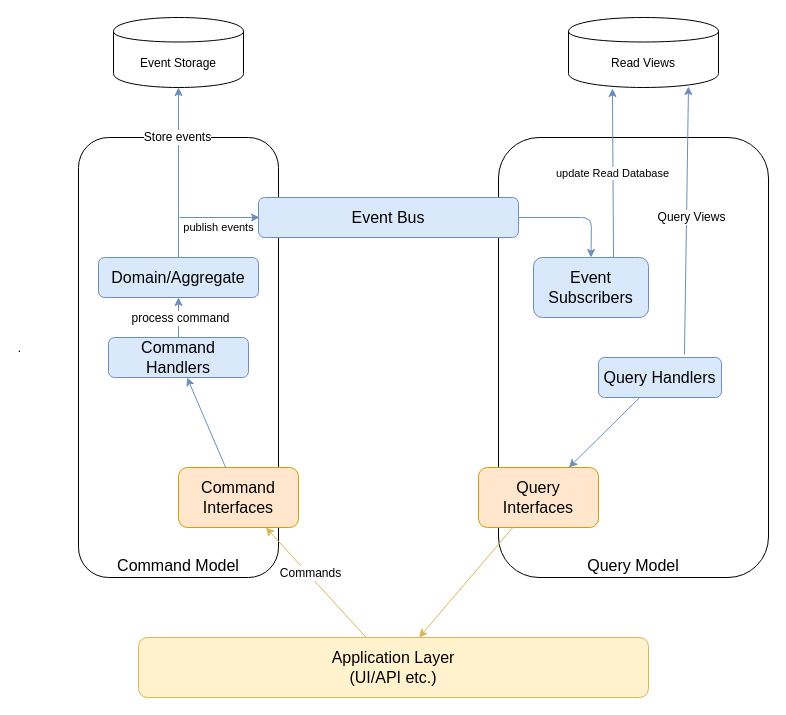
fusionswap/graphs keeps this draw.io diagram as CQRS_EventSourcing.drawio. Above is the earlier version. Source tidied: cells renumbered, new cells numbered last; positions are measured from the earlier drawing's top-left corner, leaving out a move shared by most shapes. Both pictures are drawn from the tidied source at 100%, with x=0, y=0 at pixel (78, 17).
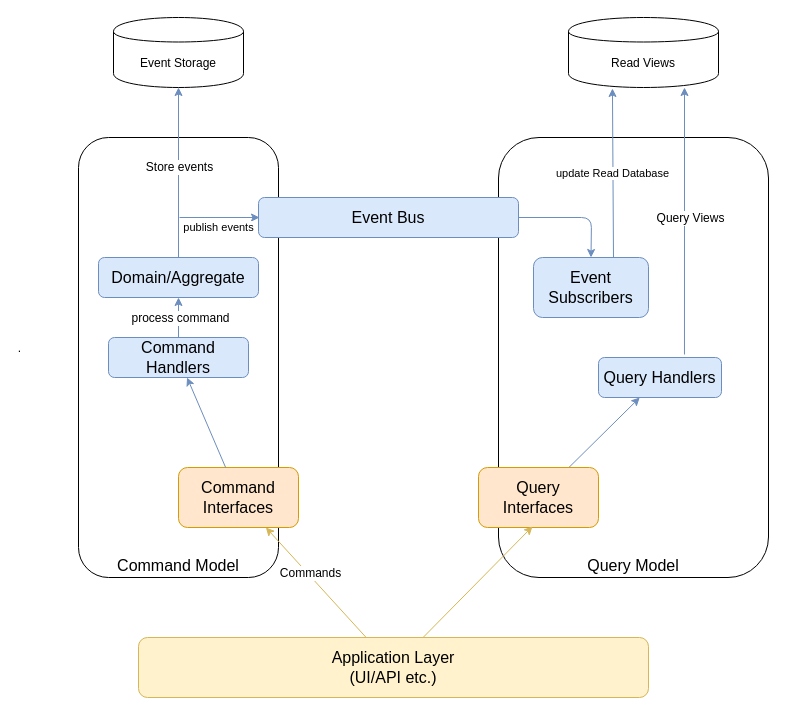
After the change.

The change refers to these unchanged cells:
```xml
<mxCell id="3" value="Read Views" style="shape=cylinder;whiteSpace=wrap;html=1;boundedLbl=1;backgroundOutline=1;" parent="1" vertex="1">
  <mxGeometry x="490" width="150" height="70" as="geometry" />
</mxCell>
<mxCell id="11" value="Query Handlers" style="rounded=1;whiteSpace=wrap;html=1;fontSize=16;align=center;fillColor=#dae8fc;strokeColor=#6c8ebf;" parent="1" vertex="1">
  <mxGeometry x="520" y="340" width="123" height="40" as="geometry" />
</mxCell>
<mxCell id="13" value="Query Interfaces" style="rounded=1;whiteSpace=wrap;html=1;fontSize=16;align=center;fillColor=#ffe6cc;strokeColor=#d79b00;" parent="1" vertex="1">
  <mxGeometry x="400" y="450" width="120" height="60" as="geometry" />
</mxCell>
<mxCell id="14" value="Application Layer&lt;br&gt;(UI/API etc.)&lt;br&gt;" style="rounded=1;whiteSpace=wrap;html=1;fontSize=16;align=center;fillColor=#fff2cc;strokeColor=#d6b656;" parent="1" vertex="1">
  <mxGeometry x="60" y="620" width="510" height="60" as="geometry" />
</mxCell>
<mxCell id="19" style="endArrow=classic;html=1;exitX=0.5;exitY=0;exitDx=0;exitDy=0;fillColor=#dae8fc;strokeColor=#6c8ebf;" parent="1" edge="1" source="24" target="2">
  <mxGeometry relative="1" as="geometry" />
</mxCell>
```

The edit, as a diff of the source:
```diff
@@
-    <mxCell id="12" style="endArrow=none;html=1;fontSize=16;fillColor=#dae8fc;strokeColor=#6c8ebf;startArrow=classic;startFill=1;endFill=0;" parent="1" edge="1" source="13" target="11">
+    <mxCell id="12" style="endArrow=classic;html=1;fontSize=16;fillColor=#dae8fc;strokeColor=#6c8ebf;startArrow=none;startFill=0;endFill=1;" parent="1" edge="1" source="13" target="11">
       <mxGeometry relative="1" as="geometry" />
     </mxCell>
@@
-    <mxCell id="17" style="endArrow=none;html=1;fontSize=16;fillColor=#fff2cc;strokeColor=#d6b656;endFill=0;startArrow=classic;startFill=1;" parent="1" edge="1" source="14">
-      <mxGeometry relative="1" as="geometry">
-        <mxPoint x="434.4" y="510" as="targetPoint" />
-      </mxGeometry>
+    <mxCell id="17" style="endArrow=none;html=1;fontSize=16;fillColor=#fff2cc;strokeColor=#d6b656;endFill=0;startArrow=classic;startFill=1;exitX=0.45;exitY=0.983;exitDx=0;exitDy=0;exitPerimeter=0;" parent="1" edge="1" source="13" target="14">
+      <mxGeometry relative="1" as="geometry" />
     </mxCell>
@@
     <mxCell id="20" value="Store events" style="text;html=1;align=center;verticalAlign=middle;labelBackgroundColor=#ffffff;" parent="19" vertex="1">
-      <mxGeometry x="0.42" y="2" relative="1" as="geometry" />
+      <mxGeometry x="0.42" y="2" relative="1" as="geometry">
+        <mxPoint x="2" y="30" as="offset" />
+      </mxGeometry>
     </mxCell>
@@
-    <mxCell id="28" style="endArrow=classic;html=1;exitX=0.699;exitY=-0.075;exitDx=0;exitDy=0;exitPerimeter=0;fillColor=#dae8fc;strokeColor=#6c8ebf;entryX=0.8;entryY=0.986;entryDx=0;entryDy=0;entryPerimeter=0;" parent="1" edge="1" source="11" target="3">
-      <mxGeometry relative="1" as="geometry" />
+    <mxCell id="28" style="endArrow=classic;html=1;exitX=0.699;exitY=-0.075;exitDx=0;exitDy=0;exitPerimeter=0;fillColor=#dae8fc;strokeColor=#6c8ebf;" parent="1" edge="1" source="11">
+      <mxGeometry relative="1" as="geometry">
+        <mxPoint x="606" y="70" as="targetPoint" />
+      </mxGeometry>
     </mxCell>
```
